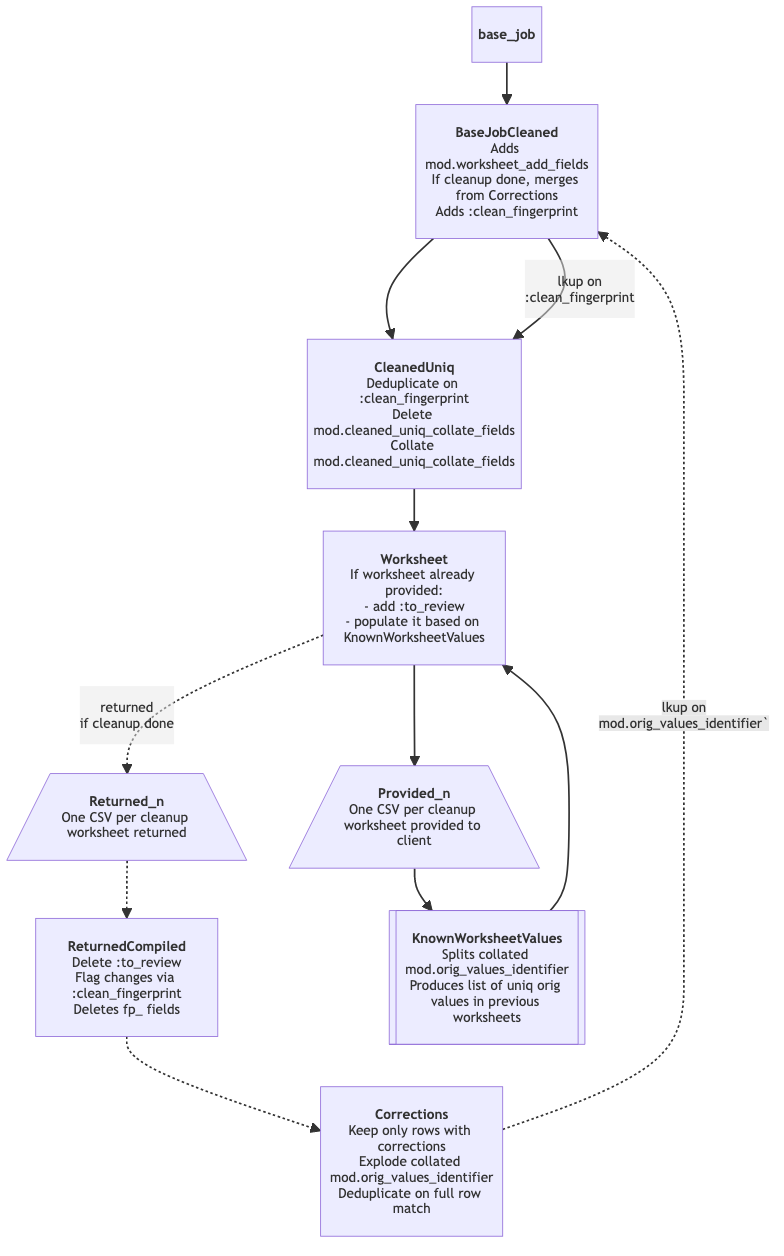
This is doc/iterative_cleanup_flowchart.png from lyrasis/kiba-extend, a Mermaid export, as it was before one commit. Its source is kept beside it as doc/iterative_cleanup_flowchart.mmd.
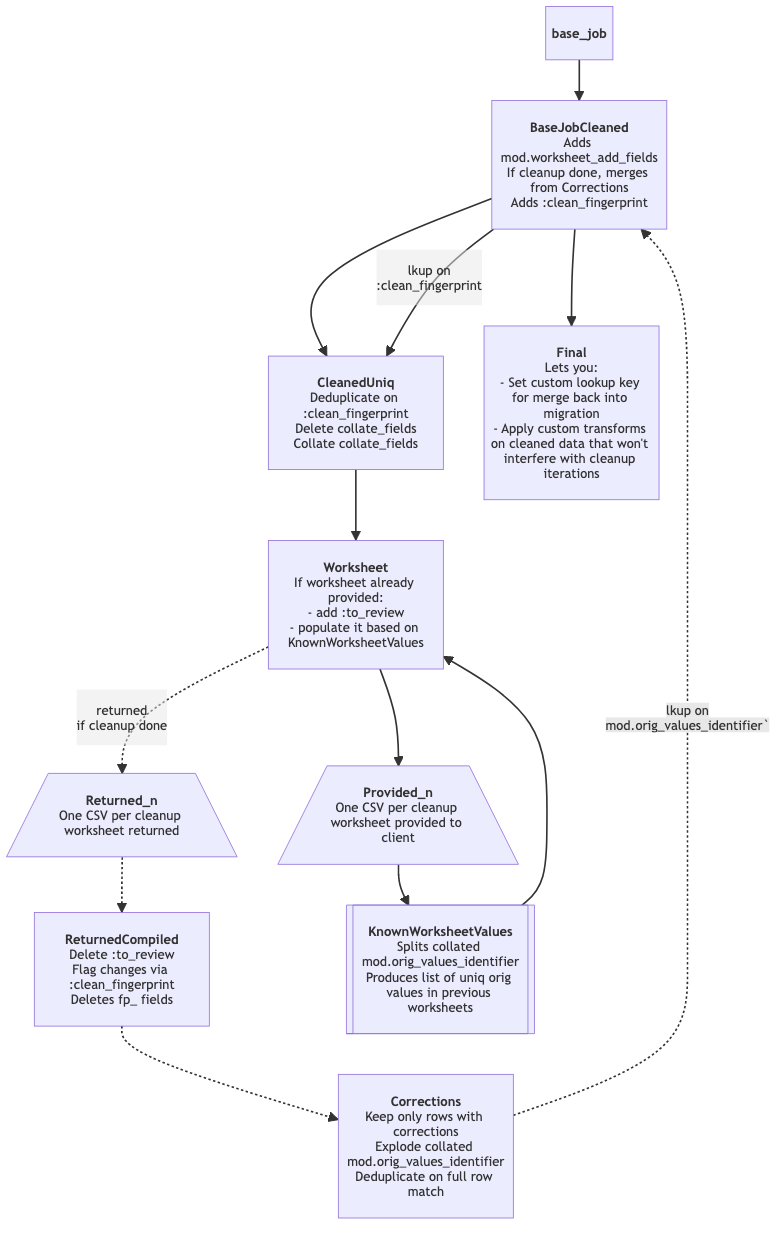
After the commit.

The edit, as a diff of the source:
```diff
@@ -8,8 +8,8 @@
 
     CleanedUniq["`**CleanedUniq**
     Deduplicate on :clean_fingerprint
-    Delete mod.cleaned_uniq_collate_fields
-    Collate mod.cleaned_uniq_collate_fields`"]
+    Delete collate_fields
+    Collate collate_fields`"]
 
     Worksheet["`**Worksheet**
     If worksheet already provided:
@@ -35,6 +35,12 @@
     Keep only rows with corrections
     Explode collated mod.orig_values_identifier
     Deduplicate on full row match`"]
+
+    Final["`**Final**
+    Lets you:
+    - Set custom lookup key for merge back into migration
+    - Apply custom transforms on cleaned data that won't interfere with cleanup iterations`"
+    ]
 
     base_job-->BaseJobCleaned;
 
@@ -66,3 +72,5 @@
     Provided-->KnownWorksheetValues;
 
     KnownWorksheetValues-->Worksheet;
+
+    BaseJobCleaned-->Final;
```
